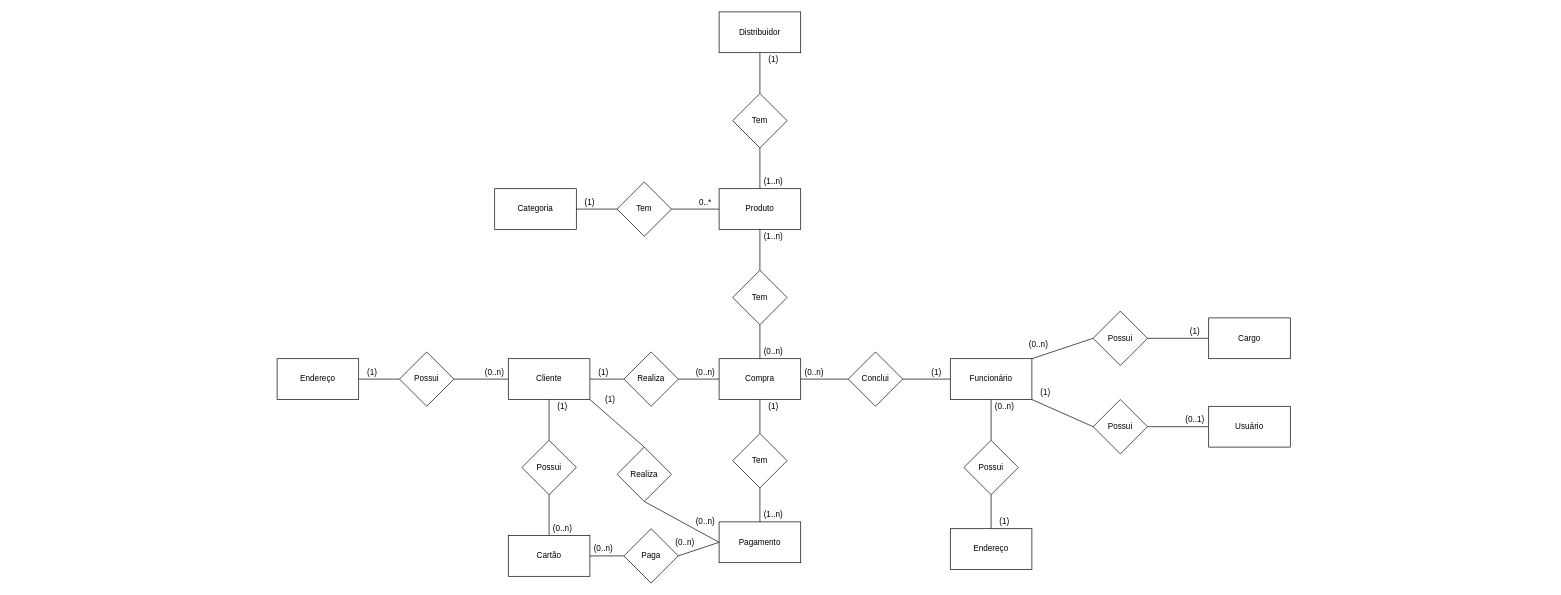
This is DiagramaER.drawio from EdilsonMedeiros/Projeto-Loja, a draw.io file, before an edit. Source tidied: cells renumbered, new cells numbered last; positions are measured from the earlier drawing's top-left corner, leaving out a move shared by most shapes. Both pictures are drawn from the tidied source at 68%, with x=0, y=0 at pixel (277, 12).
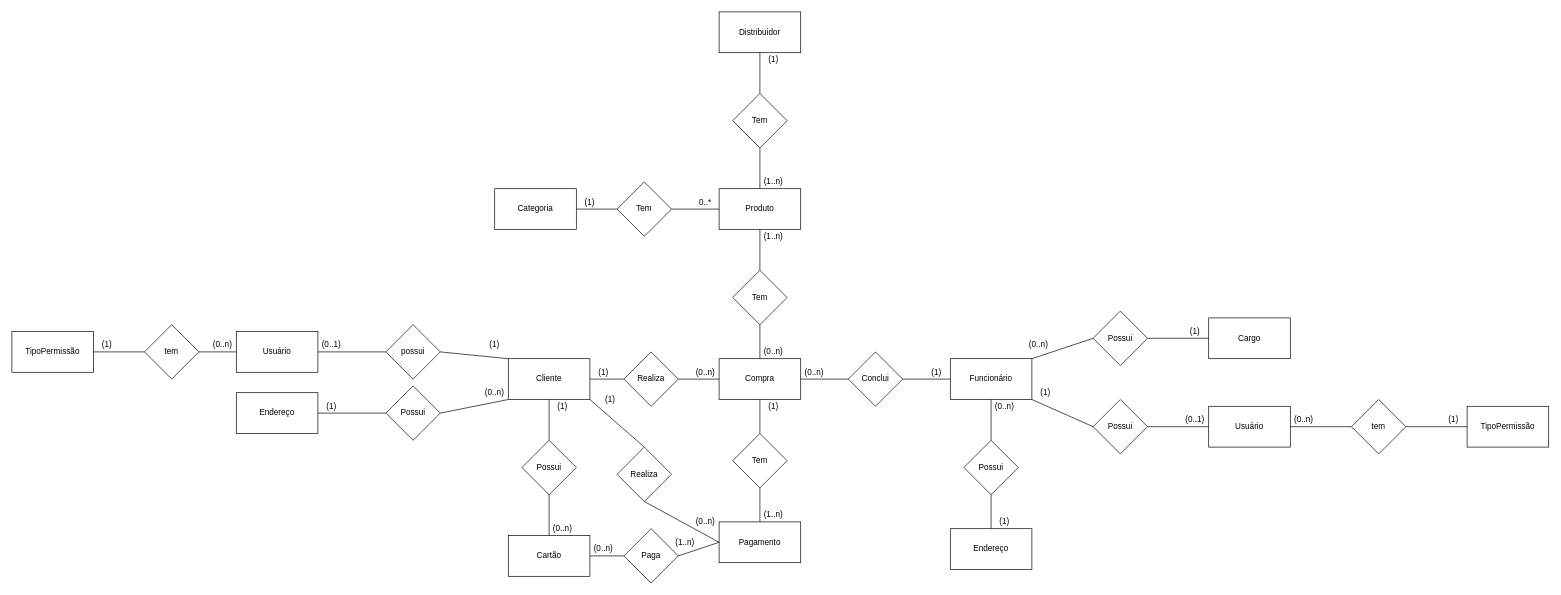
After the change.

The change refers to these unchanged cells:
```xml
<mxCell id="2" value="Cliente" style="rounded=0;whiteSpace=wrap;html=1;" parent="1" vertex="1">
  <mxGeometry x="340" y="510" width="120" height="60" as="geometry" />
</mxCell>
<mxCell id="9" value="Usuário" style="rounded=0;whiteSpace=wrap;html=1;" parent="1" vertex="1">
  <mxGeometry x="1370" y="580" width="120" height="60" as="geometry" />
</mxCell>
```

Diff of the diagram source:
```diff
@@
     <mxCell id="7" value="Endereço" style="rounded=0;whiteSpace=wrap;html=1;" parent="1" vertex="1">
-      <mxGeometry y="510" width="120" height="60" as="geometry" />
+      <mxGeometry x="-60" y="560" width="120" height="60" as="geometry" />
     </mxCell>
@@
     <mxCell id="41" value="Possui" style="rhombus;whiteSpace=wrap;html=1;" parent="1" vertex="1">
-      <mxGeometry x="180" y="500" width="80" height="80" as="geometry" />
+      <mxGeometry x="160" y="550" width="80" height="80" as="geometry" />
     </mxCell>
     <mxCell id="42" value="(0..n)" style="text;html=1;strokeColor=none;fillColor=none;align=center;verticalAlign=middle;whiteSpace=wrap;rounded=0;" parent="1" vertex="1">
-      <mxGeometry x="300" y="520" width="40" height="20" as="geometry" />
+      <mxGeometry x="300" y="550" width="40" height="20" as="geometry" />
     </mxCell>
     <mxCell id="43" value="(1)" style="text;html=1;strokeColor=none;fillColor=none;align=center;verticalAlign=middle;whiteSpace=wrap;rounded=0;" parent="1" vertex="1">
-      <mxGeometry x="120" y="520" width="40" height="20" as="geometry" />
+      <mxGeometry x="60" y="570" width="40" height="20" as="geometry" />
     </mxCell>
@@
-    <mxCell id="53" value="(0..1)" style="text;html=1;strokeColor=none;fillColor=none;align=center;verticalAlign=middle;whiteSpace=wrap;rounded=0;" parent="1" vertex="1">
-      <mxGeometry x="1330" y="590" width="40" height="20" as="geometry" />
-    </mxCell>
@@
-    <mxCell id="55" style="endArrow=none;html=1;exitX=1;exitY=0.5;exitDx=0;exitDy=0;entryX=0;entryY=0.5;entryDx=0;entryDy=0;" parent="1" edge="1" source="41" target="2">
+    <mxCell id="55" style="endArrow=none;html=1;exitX=1;exitY=0.5;exitDx=0;exitDy=0;entryX=0;entryY=1;entryDx=0;entryDy=0;" parent="1" edge="1" source="41" target="2">
       <mxGeometry relative="1" as="geometry" />
     </mxCell>
@@
-    <mxCell id="66" value="(0..n)" style="text;html=1;strokeColor=none;fillColor=none;align=center;verticalAlign=middle;whiteSpace=wrap;rounded=0;" parent="1" vertex="1">
+    <mxCell id="66" value="(1..n)" style="text;html=1;strokeColor=none;fillColor=none;align=center;verticalAlign=middle;whiteSpace=wrap;rounded=0;" parent="1" vertex="1">
       <mxGeometry x="580" y="770" width="40" height="20" as="geometry" />
     </mxCell>
@@
+    <mxCell id="79" value="Usuário" style="rounded=0;whiteSpace=wrap;html=1;" parent="1" vertex="1">
+      <mxGeometry x="-60" y="470" width="120" height="60" as="geometry" />
+    </mxCell>
+    <mxCell id="80" value="possui" style="rhombus;whiteSpace=wrap;html=1;" parent="1" vertex="1">
+      <mxGeometry x="160" y="460" width="80" height="80" as="geometry" />
+    </mxCell>
+    <mxCell id="81" style="endArrow=none;html=1;exitX=1;exitY=0.5;exitDx=0;exitDy=0;entryX=0;entryY=0;entryDx=0;entryDy=0;" parent="1" edge="1" source="80" target="2">
+      <mxGeometry relative="1" as="geometry" />
+    </mxCell>
+    <mxCell id="82" style="endArrow=none;html=1;exitX=1;exitY=0.5;exitDx=0;exitDy=0;entryX=0;entryY=0.5;entryDx=0;entryDy=0;" parent="1" edge="1" source="79" target="80">
+      <mxGeometry relative="1" as="geometry" />
+    </mxCell>
+    <mxCell id="83" value="TipoPermissão" style="rounded=0;whiteSpace=wrap;html=1;" parent="1" vertex="1">
+      <mxGeometry x="-390" y="470" width="120" height="60" as="geometry" />
+    </mxCell>
+    <mxCell id="53" value="(0..1)" style="text;html=1;strokeColor=none;fillColor=none;align=center;verticalAlign=middle;whiteSpace=wrap;rounded=0;" parent="1" vertex="1">
+      <mxGeometry x="1330" y="590" width="40" height="20" as="geometry" />
+    </mxCell>
+    <mxCell id="84" value="(0..1)" style="text;html=1;strokeColor=none;fillColor=none;align=center;verticalAlign=middle;whiteSpace=wrap;rounded=0;" parent="1" vertex="1">
+      <mxGeometry x="60" y="480" width="40" height="20" as="geometry" />
+    </mxCell>
+    <mxCell id="85" value="(1)" style="text;html=1;strokeColor=none;fillColor=none;align=center;verticalAlign=middle;whiteSpace=wrap;rounded=0;" parent="1" vertex="1">
+      <mxGeometry x="300" y="480" width="40" height="20" as="geometry" />
+    </mxCell>
+    <mxCell id="86" value="tem" style="rhombus;whiteSpace=wrap;html=1;" parent="1" vertex="1">
+      <mxGeometry x="-195" y="460" width="80" height="80" as="geometry" />
+    </mxCell>
+    <mxCell id="87" style="endArrow=none;html=1;exitX=1;exitY=0.5;exitDx=0;exitDy=0;entryX=0;entryY=0.5;entryDx=0;entryDy=0;" parent="1" edge="1" source="86" target="79">
+      <mxGeometry relative="1" as="geometry" />
+    </mxCell>
+    <mxCell id="88" style="endArrow=none;html=1;exitX=1;exitY=0.5;exitDx=0;exitDy=0;entryX=0;entryY=0.5;entryDx=0;entryDy=0;" parent="1" edge="1" source="83" target="86">
+      <mxGeometry relative="1" as="geometry" />
+    </mxCell>
+    <mxCell id="89" value="(0..n)" style="text;html=1;strokeColor=none;fillColor=none;align=center;verticalAlign=middle;whiteSpace=wrap;rounded=0;" parent="1" vertex="1">
+      <mxGeometry x="-100" y="480" width="40" height="20" as="geometry" />
+    </mxCell>
+    <mxCell id="90" value="(1)" style="text;html=1;strokeColor=none;fillColor=none;align=center;verticalAlign=middle;whiteSpace=wrap;rounded=0;" parent="1" vertex="1">
+      <mxGeometry x="-270" y="480" width="40" height="20" as="geometry" />
+    </mxCell>
+    <mxCell id="91" value="TipoPermissão" style="rounded=0;whiteSpace=wrap;html=1;" parent="1" vertex="1">
+      <mxGeometry x="1750" y="580" width="120" height="60" as="geometry" />
+    </mxCell>
+    <mxCell id="92" value="tem" style="rhombus;whiteSpace=wrap;html=1;" parent="1" vertex="1">
+      <mxGeometry x="1580" y="570" width="80" height="80" as="geometry" />
+    </mxCell>
+    <mxCell id="93" style="endArrow=none;html=1;entryX=0;entryY=0.5;entryDx=0;entryDy=0;exitX=1;exitY=0.5;exitDx=0;exitDy=0;" parent="1" edge="1" source="9" target="92">
+      <mxGeometry relative="1" as="geometry" />
+    </mxCell>
+    <mxCell id="94" style="endArrow=none;html=1;entryX=0;entryY=0.5;entryDx=0;entryDy=0;exitX=1;exitY=0.5;exitDx=0;exitDy=0;" parent="1" edge="1" source="92" target="91">
+      <mxGeometry relative="1" as="geometry" />
+    </mxCell>
+    <mxCell id="95" value="(0..n)" style="text;html=1;strokeColor=none;fillColor=none;align=center;verticalAlign=middle;whiteSpace=wrap;rounded=0;" parent="1" vertex="1">
+      <mxGeometry x="1490" y="590" width="40" height="20" as="geometry" />
+    </mxCell>
+    <mxCell id="96" value="(1)" style="text;html=1;strokeColor=none;fillColor=none;align=center;verticalAlign=middle;whiteSpace=wrap;rounded=0;" parent="1" vertex="1">
+      <mxGeometry x="1710" y="590" width="40" height="20" as="geometry" />
+    </mxCell>
```
